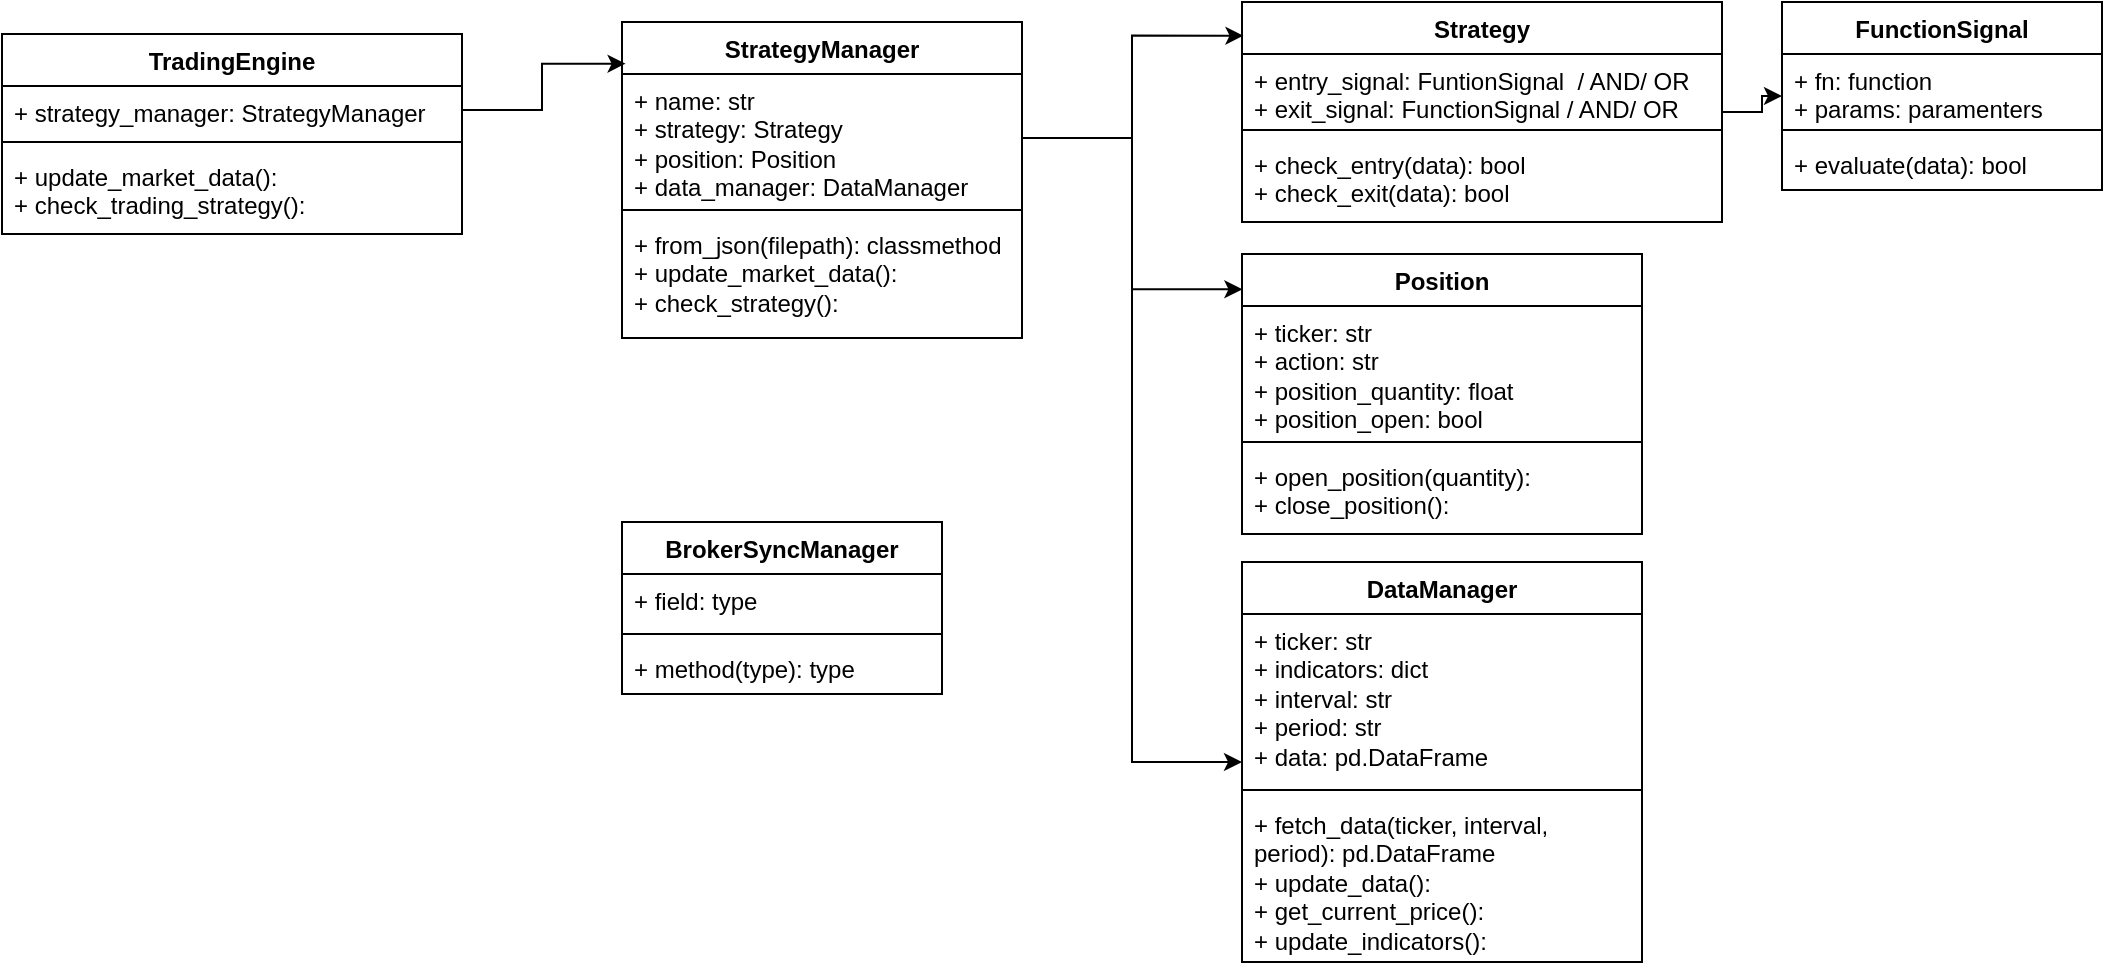
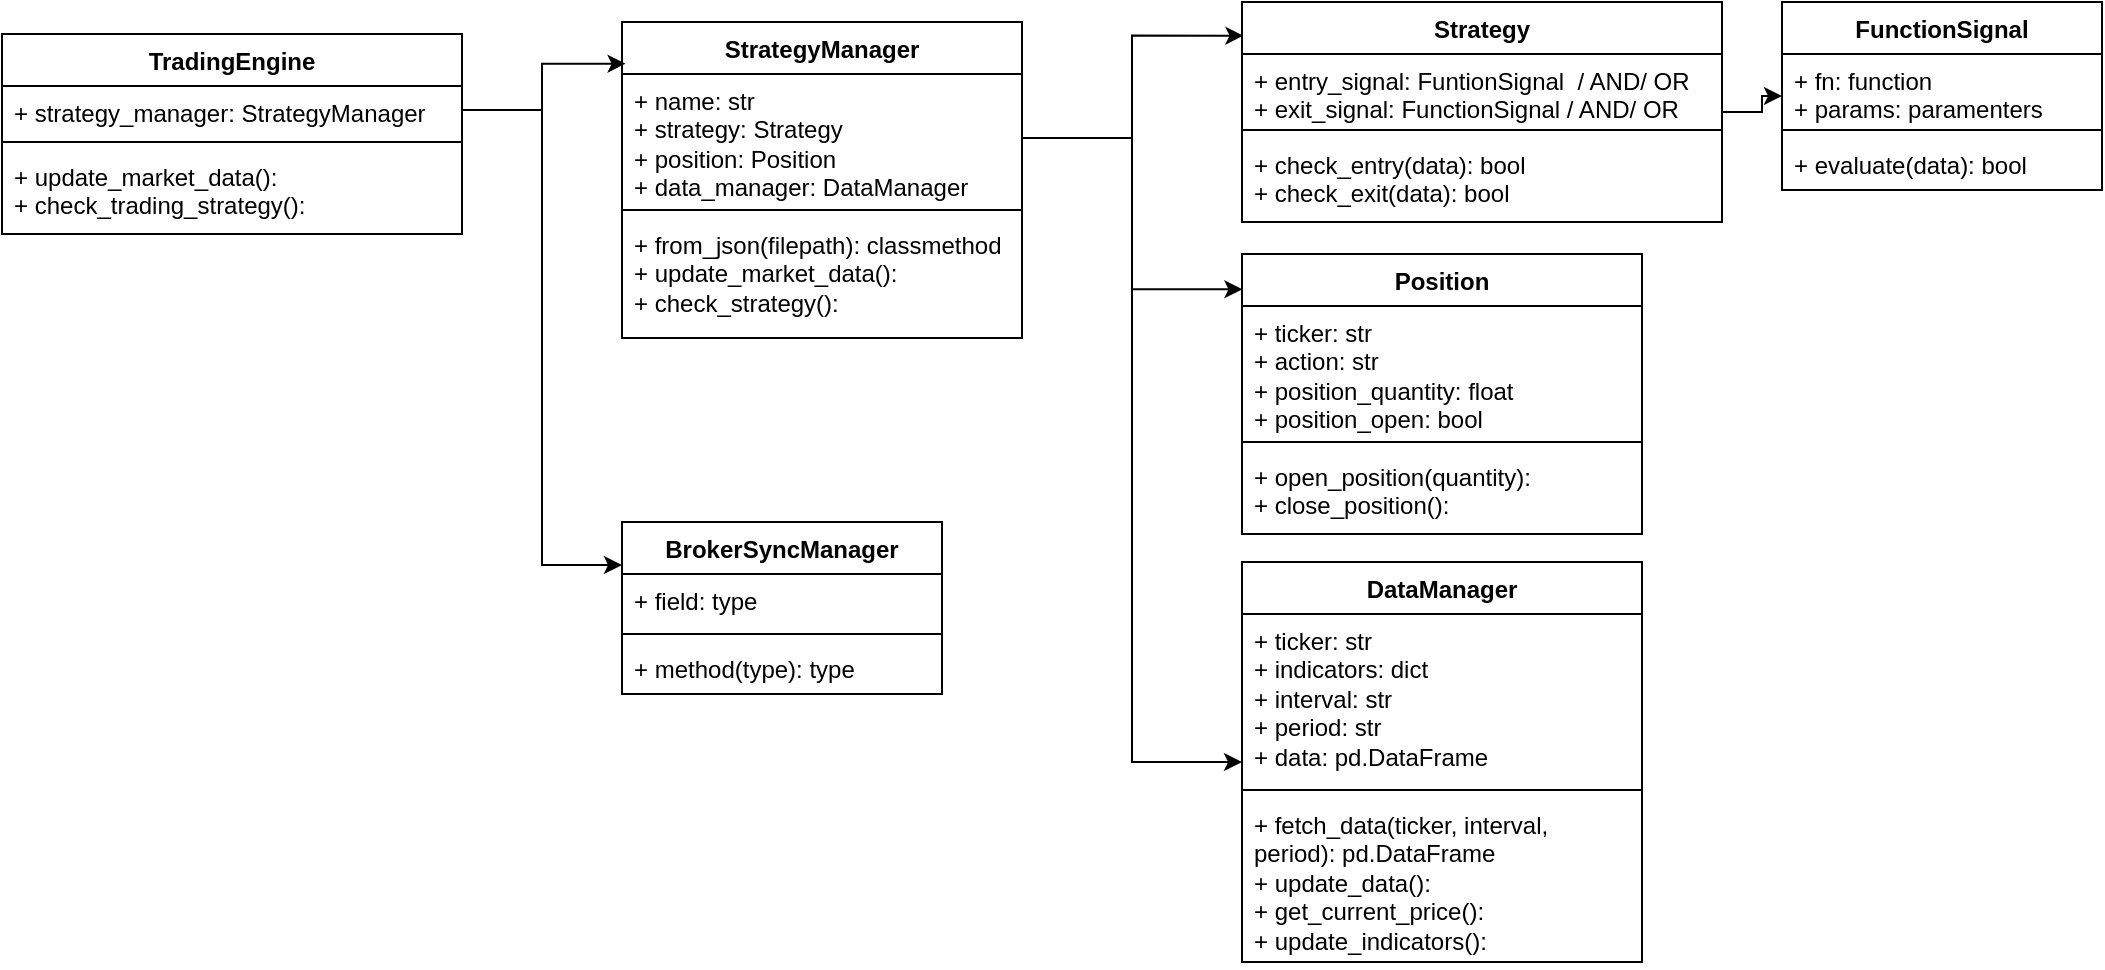
<mxfile host="app.diagrams.net" agent="Mozilla/5.0 (Windows NT 10.0; Win64; x64) AppleWebKit/537.36 (KHTML, like Gecko) Chrome/147.0.0.0 Safari/537.36" version="29.1.0">
  <diagram name="Page-1" id="d9Gi_nK8swuF2yyLu1y5">
-     <mxGraphModel dx="1220" dy="593" grid="1" gridSize="10" guides="1" tooltips="1" connect="1" arrows="1" fold="1" page="1" pageScale="1" pageWidth="1100" pageHeight="850" math="0" shadow="0">
+     <mxGraphModel dx="1423" dy="692" grid="1" gridSize="10" guides="1" tooltips="1" connect="1" arrows="1" fold="1" page="1" pageScale="1" pageWidth="1100" pageHeight="850" math="0" shadow="0">
      <root>
        <mxCell id="0" />
        <mxCell id="1" parent="0" />
        <mxCell id="9LzPSrfETKxxk9Kx-dF3-3" parent="1" style="swimlane;fontStyle=1;align=center;verticalAlign=top;childLayout=stackLayout;horizontal=1;startSize=26;horizontalStack=0;resizeParent=1;resizeParentMax=0;resizeLast=0;collapsible=1;marginBottom=0;whiteSpace=wrap;html=1;" value="StrategyManager&lt;div&gt;&lt;span style=&quot;white-space: pre;&quot;&gt;&#x9;&lt;/span&gt;&lt;br&gt;&lt;/div&gt;" vertex="1">
          <mxGeometry height="158" width="200" x="390" y="70" as="geometry">
            <mxRectangle height="40" width="130" x="160" y="50" as="alternateBounds" />
          </mxGeometry>
        </mxCell>
        <mxCell id="9LzPSrfETKxxk9Kx-dF3-4" parent="9LzPSrfETKxxk9Kx-dF3-3" style="text;strokeColor=none;fillColor=none;align=left;verticalAlign=top;spacingLeft=4;spacingRight=4;overflow=hidden;rotatable=0;points=[[0,0.5],[1,0.5]];portConstraint=eastwest;whiteSpace=wrap;html=1;" value="+ name: str&lt;div&gt;+ strategy: Strategy&lt;/div&gt;&lt;div&gt;+ position: Position&lt;/div&gt;&lt;div&gt;+ data_manager: DataManager&lt;/div&gt;&lt;div&gt;&lt;br&gt;&lt;/div&gt;" vertex="1">
          <mxGeometry height="64" width="200" y="26" as="geometry" />
        </mxCell>
        <mxCell id="9LzPSrfETKxxk9Kx-dF3-5" parent="9LzPSrfETKxxk9Kx-dF3-3" style="line;strokeWidth=1;fillColor=none;align=left;verticalAlign=middle;spacingTop=-1;spacingLeft=3;spacingRight=3;rotatable=0;labelPosition=right;points=[];portConstraint=eastwest;strokeColor=inherit;" value="" vertex="1">
          <mxGeometry height="8" width="200" y="90" as="geometry" />
        </mxCell>
        <mxCell id="9LzPSrfETKxxk9Kx-dF3-6" parent="9LzPSrfETKxxk9Kx-dF3-3" style="text;strokeColor=none;fillColor=none;align=left;verticalAlign=top;spacingLeft=4;spacingRight=4;overflow=hidden;rotatable=0;points=[[0,0.5],[1,0.5]];portConstraint=eastwest;whiteSpace=wrap;html=1;" value="&lt;div&gt;+ from_json(filepath): classmethod&lt;/div&gt;&lt;div&gt;+ update_market_data():&lt;/div&gt;&lt;div&gt;+ check_strategy():&lt;/div&gt;" vertex="1">
          <mxGeometry height="60" width="200" y="98" as="geometry" />
        </mxCell>
        <mxCell id="9LzPSrfETKxxk9Kx-dF3-26" edge="1" parent="1" source="9LzPSrfETKxxk9Kx-dF3-7" style="edgeStyle=orthogonalEdgeStyle;rounded=0;orthogonalLoop=1;jettySize=auto;html=1;entryX=0;entryY=0.5;entryDx=0;entryDy=0;" target="9LzPSrfETKxxk9Kx-dF3-22">
          <mxGeometry relative="1" as="geometry" />
        </mxCell>
        <mxCell id="9LzPSrfETKxxk9Kx-dF3-7" parent="1" style="swimlane;fontStyle=1;align=center;verticalAlign=top;childLayout=stackLayout;horizontal=1;startSize=26;horizontalStack=0;resizeParent=1;resizeParentMax=0;resizeLast=0;collapsible=1;marginBottom=0;whiteSpace=wrap;html=1;" value="&lt;div&gt;Strategy&lt;/div&gt;" vertex="1">
          <mxGeometry height="110" width="240" x="700" y="60" as="geometry" />
        </mxCell>
        <mxCell id="9LzPSrfETKxxk9Kx-dF3-8" parent="9LzPSrfETKxxk9Kx-dF3-7" style="text;strokeColor=none;fillColor=none;align=left;verticalAlign=top;spacingLeft=4;spacingRight=4;overflow=hidden;rotatable=0;points=[[0,0.5],[1,0.5]];portConstraint=eastwest;whiteSpace=wrap;html=1;" value="&lt;div&gt;+ entry_signal: FuntionSignal&amp;nbsp;&lt;span style=&quot;background-color: transparent; color: light-dark(rgb(0, 0, 0), rgb(255, 255, 255));&quot;&gt;&amp;nbsp;&lt;/span&gt;&lt;span style=&quot;background-color: transparent; color: light-dark(rgb(0, 0, 0), rgb(255, 255, 255));&quot;&gt;/ AND/ OR&lt;/span&gt;&lt;/div&gt;&lt;div&gt;+ exit_signal: FunctionSignal / AND/ OR&lt;/div&gt;&lt;div&gt;&lt;br&gt;&lt;/div&gt;" vertex="1">
          <mxGeometry height="34" width="240" y="26" as="geometry" />
        </mxCell>
        <mxCell id="9LzPSrfETKxxk9Kx-dF3-9" parent="9LzPSrfETKxxk9Kx-dF3-7" style="line;strokeWidth=1;fillColor=none;align=left;verticalAlign=middle;spacingTop=-1;spacingLeft=3;spacingRight=3;rotatable=0;labelPosition=right;points=[];portConstraint=eastwest;strokeColor=inherit;" value="" vertex="1">
          <mxGeometry height="8" width="240" y="60" as="geometry" />
        </mxCell>
        <mxCell id="9LzPSrfETKxxk9Kx-dF3-10" parent="9LzPSrfETKxxk9Kx-dF3-7" style="text;strokeColor=none;fillColor=none;align=left;verticalAlign=top;spacingLeft=4;spacingRight=4;overflow=hidden;rotatable=0;points=[[0,0.5],[1,0.5]];portConstraint=eastwest;whiteSpace=wrap;html=1;" value="&lt;div&gt;+ check_entry(data): bool&lt;/div&gt;&lt;div&gt;+ check_exit(data): bool&lt;/div&gt;" vertex="1">
          <mxGeometry height="42" width="240" y="68" as="geometry" />
        </mxCell>
        <mxCell id="9LzPSrfETKxxk9Kx-dF3-11" edge="1" parent="1" source="9LzPSrfETKxxk9Kx-dF3-4" style="edgeStyle=orthogonalEdgeStyle;rounded=0;orthogonalLoop=1;jettySize=auto;html=1;exitX=1;exitY=0.5;exitDx=0;exitDy=0;entryX=0.003;entryY=0.153;entryDx=0;entryDy=0;entryPerimeter=0;" target="9LzPSrfETKxxk9Kx-dF3-7">
          <mxGeometry relative="1" as="geometry" />
        </mxCell>
        <mxCell id="9LzPSrfETKxxk9Kx-dF3-12" parent="1" style="swimlane;fontStyle=1;align=center;verticalAlign=top;childLayout=stackLayout;horizontal=1;startSize=26;horizontalStack=0;resizeParent=1;resizeParentMax=0;resizeLast=0;collapsible=1;marginBottom=0;whiteSpace=wrap;html=1;" value="&lt;div&gt;Position&lt;/div&gt;" vertex="1">
          <mxGeometry height="140" width="200" x="700" y="186" as="geometry" />
        </mxCell>
        <mxCell id="9LzPSrfETKxxk9Kx-dF3-13" parent="9LzPSrfETKxxk9Kx-dF3-12" style="text;strokeColor=none;fillColor=none;align=left;verticalAlign=top;spacingLeft=4;spacingRight=4;overflow=hidden;rotatable=0;points=[[0,0.5],[1,0.5]];portConstraint=eastwest;whiteSpace=wrap;html=1;" value="&lt;div&gt;+ ticker: str&lt;/div&gt;&lt;div&gt;+ action: str&lt;/div&gt;&lt;div&gt;+ position_quantity: float&lt;/div&gt;&lt;div&gt;+ position_open: bool&lt;/div&gt;" vertex="1">
          <mxGeometry height="64" width="200" y="26" as="geometry" />
        </mxCell>
        <mxCell id="9LzPSrfETKxxk9Kx-dF3-14" parent="9LzPSrfETKxxk9Kx-dF3-12" style="line;strokeWidth=1;fillColor=none;align=left;verticalAlign=middle;spacingTop=-1;spacingLeft=3;spacingRight=3;rotatable=0;labelPosition=right;points=[];portConstraint=eastwest;strokeColor=inherit;" value="" vertex="1">
          <mxGeometry height="8" width="200" y="90" as="geometry" />
        </mxCell>
        <mxCell id="9LzPSrfETKxxk9Kx-dF3-15" parent="9LzPSrfETKxxk9Kx-dF3-12" style="text;strokeColor=none;fillColor=none;align=left;verticalAlign=top;spacingLeft=4;spacingRight=4;overflow=hidden;rotatable=0;points=[[0,0.5],[1,0.5]];portConstraint=eastwest;whiteSpace=wrap;html=1;" value="&lt;div&gt;+ open_position(quantity):&amp;nbsp;&lt;/div&gt;&lt;div&gt;+ close_position():&lt;/div&gt;" vertex="1">
          <mxGeometry height="42" width="200" y="98" as="geometry" />
        </mxCell>
        <mxCell id="9LzPSrfETKxxk9Kx-dF3-16" edge="1" parent="1" source="9LzPSrfETKxxk9Kx-dF3-4" style="edgeStyle=orthogonalEdgeStyle;rounded=0;orthogonalLoop=1;jettySize=auto;html=1;entryX=0.001;entryY=0.126;entryDx=0;entryDy=0;entryPerimeter=0;" target="9LzPSrfETKxxk9Kx-dF3-12">
          <mxGeometry relative="1" as="geometry" />
        </mxCell>
        <mxCell id="9LzPSrfETKxxk9Kx-dF3-17" parent="1" style="swimlane;fontStyle=1;align=center;verticalAlign=top;childLayout=stackLayout;horizontal=1;startSize=26;horizontalStack=0;resizeParent=1;resizeParentMax=0;resizeLast=0;collapsible=1;marginBottom=0;whiteSpace=wrap;html=1;" value="DataManager" vertex="1">
          <mxGeometry height="200" width="200" x="700" y="340" as="geometry">
            <mxRectangle height="30" width="110" x="700" y="340" as="alternateBounds" />
          </mxGeometry>
        </mxCell>
        <mxCell id="9LzPSrfETKxxk9Kx-dF3-18" parent="9LzPSrfETKxxk9Kx-dF3-17" style="text;strokeColor=none;fillColor=none;align=left;verticalAlign=top;spacingLeft=4;spacingRight=4;overflow=hidden;rotatable=0;points=[[0,0.5],[1,0.5]];portConstraint=eastwest;whiteSpace=wrap;html=1;" value="+ ticker: str&lt;div&gt;+ indicators: dict&lt;/div&gt;&lt;div&gt;+ interval: str&lt;/div&gt;&lt;div&gt;+ period: str&lt;/div&gt;&lt;div&gt;+ data: pd.DataFrame&lt;/div&gt;" vertex="1">
          <mxGeometry height="84" width="200" y="26" as="geometry" />
        </mxCell>
        <mxCell id="9LzPSrfETKxxk9Kx-dF3-19" parent="9LzPSrfETKxxk9Kx-dF3-17" style="line;strokeWidth=1;fillColor=none;align=left;verticalAlign=middle;spacingTop=-1;spacingLeft=3;spacingRight=3;rotatable=0;labelPosition=right;points=[];portConstraint=eastwest;strokeColor=inherit;" value="" vertex="1">
          <mxGeometry height="8" width="200" y="110" as="geometry" />
        </mxCell>
        <mxCell id="9LzPSrfETKxxk9Kx-dF3-20" parent="9LzPSrfETKxxk9Kx-dF3-17" style="text;strokeColor=none;fillColor=none;align=left;verticalAlign=top;spacingLeft=4;spacingRight=4;overflow=hidden;rotatable=0;points=[[0,0.5],[1,0.5]];portConstraint=eastwest;whiteSpace=wrap;html=1;" value="+ fetch_data(ticker, interval, period): pd.DataFrame&lt;div&gt;+ update_data():&lt;/div&gt;&lt;div&gt;+ get_current_price():&lt;/div&gt;&lt;div&gt;+ update_indicators():&lt;/div&gt;&lt;div&gt;&lt;div&gt;&lt;br&gt;&lt;/div&gt;&lt;/div&gt;" vertex="1">
          <mxGeometry height="82" width="200" y="118" as="geometry" />
        </mxCell>
        <mxCell id="9LzPSrfETKxxk9Kx-dF3-21" edge="1" parent="1" source="9LzPSrfETKxxk9Kx-dF3-4" style="edgeStyle=orthogonalEdgeStyle;rounded=0;orthogonalLoop=1;jettySize=auto;html=1;exitX=1;exitY=0.5;exitDx=0;exitDy=0;entryX=0;entryY=0.5;entryDx=0;entryDy=0;" target="9LzPSrfETKxxk9Kx-dF3-17">
          <mxGeometry relative="1" as="geometry" />
        </mxCell>
        <mxCell id="9LzPSrfETKxxk9Kx-dF3-22" parent="1" style="swimlane;fontStyle=1;align=center;verticalAlign=top;childLayout=stackLayout;horizontal=1;startSize=26;horizontalStack=0;resizeParent=1;resizeParentMax=0;resizeLast=0;collapsible=1;marginBottom=0;whiteSpace=wrap;html=1;" value="FunctionSignal" vertex="1">
          <mxGeometry height="94" width="160" x="970" y="60" as="geometry">
            <mxRectangle height="30" width="120" x="950" y="60" as="alternateBounds" />
          </mxGeometry>
        </mxCell>
        <mxCell id="9LzPSrfETKxxk9Kx-dF3-23" parent="9LzPSrfETKxxk9Kx-dF3-22" style="text;strokeColor=none;fillColor=none;align=left;verticalAlign=top;spacingLeft=4;spacingRight=4;overflow=hidden;rotatable=0;points=[[0,0.5],[1,0.5]];portConstraint=eastwest;whiteSpace=wrap;html=1;" value="+ fn: function&lt;div&gt;+ params: paramenters&lt;/div&gt;" vertex="1">
          <mxGeometry height="34" width="160" y="26" as="geometry" />
        </mxCell>
        <mxCell id="9LzPSrfETKxxk9Kx-dF3-24" parent="9LzPSrfETKxxk9Kx-dF3-22" style="line;strokeWidth=1;fillColor=none;align=left;verticalAlign=middle;spacingTop=-1;spacingLeft=3;spacingRight=3;rotatable=0;labelPosition=right;points=[];portConstraint=eastwest;strokeColor=inherit;" value="" vertex="1">
          <mxGeometry height="8" width="160" y="60" as="geometry" />
        </mxCell>
        <mxCell id="9LzPSrfETKxxk9Kx-dF3-25" parent="9LzPSrfETKxxk9Kx-dF3-22" style="text;strokeColor=none;fillColor=none;align=left;verticalAlign=top;spacingLeft=4;spacingRight=4;overflow=hidden;rotatable=0;points=[[0,0.5],[1,0.5]];portConstraint=eastwest;whiteSpace=wrap;html=1;" value="+ evaluate(data): bool" vertex="1">
          <mxGeometry height="26" width="160" y="68" as="geometry" />
        </mxCell>
        <mxCell id="9LzPSrfETKxxk9Kx-dF3-27" parent="1" style="swimlane;fontStyle=1;align=center;verticalAlign=top;childLayout=stackLayout;horizontal=1;startSize=26;horizontalStack=0;resizeParent=1;resizeParentMax=0;resizeLast=0;collapsible=1;marginBottom=0;whiteSpace=wrap;html=1;" value="TradingEngine&lt;div&gt;&lt;br&gt;&lt;/div&gt;" vertex="1">
          <mxGeometry height="100" width="230" x="80" y="76" as="geometry" />
        </mxCell>
        <mxCell id="9LzPSrfETKxxk9Kx-dF3-28" parent="9LzPSrfETKxxk9Kx-dF3-27" style="text;strokeColor=none;fillColor=none;align=left;verticalAlign=top;spacingLeft=4;spacingRight=4;overflow=hidden;rotatable=0;points=[[0,0.5],[1,0.5]];portConstraint=eastwest;whiteSpace=wrap;html=1;" value="+ strategy_manager: StrategyManager" vertex="1">
          <mxGeometry height="24" width="230" y="26" as="geometry" />
        </mxCell>
        <mxCell id="9LzPSrfETKxxk9Kx-dF3-29" parent="9LzPSrfETKxxk9Kx-dF3-27" style="line;strokeWidth=1;fillColor=none;align=left;verticalAlign=middle;spacingTop=-1;spacingLeft=3;spacingRight=3;rotatable=0;labelPosition=right;points=[];portConstraint=eastwest;strokeColor=inherit;" value="" vertex="1">
          <mxGeometry height="8" width="230" y="50" as="geometry" />
        </mxCell>
        <mxCell id="9LzPSrfETKxxk9Kx-dF3-30" parent="9LzPSrfETKxxk9Kx-dF3-27" style="text;strokeColor=none;fillColor=none;align=left;verticalAlign=top;spacingLeft=4;spacingRight=4;overflow=hidden;rotatable=0;points=[[0,0.5],[1,0.5]];portConstraint=eastwest;whiteSpace=wrap;html=1;" value="+ update_market_data():&lt;div&gt;+ check_trading_strategy():&lt;/div&gt;" vertex="1">
          <mxGeometry height="42" width="230" y="58" as="geometry" />
        </mxCell>
        <mxCell id="9LzPSrfETKxxk9Kx-dF3-31" edge="1" parent="1" source="9LzPSrfETKxxk9Kx-dF3-28" style="edgeStyle=orthogonalEdgeStyle;rounded=0;orthogonalLoop=1;jettySize=auto;html=1;exitX=1;exitY=0.5;exitDx=0;exitDy=0;entryX=0.009;entryY=0.132;entryDx=0;entryDy=0;entryPerimeter=0;" target="9LzPSrfETKxxk9Kx-dF3-3">
          <mxGeometry relative="1" as="geometry" />
        </mxCell>
        <mxCell id="9LzPSrfETKxxk9Kx-dF3-32" parent="1" style="swimlane;fontStyle=1;align=center;verticalAlign=top;childLayout=stackLayout;horizontal=1;startSize=26;horizontalStack=0;resizeParent=1;resizeParentMax=0;resizeLast=0;collapsible=1;marginBottom=0;whiteSpace=wrap;html=1;" value="BrokerSyncManager&lt;div&gt;&lt;br&gt;&lt;/div&gt;" vertex="1">
          <mxGeometry height="86" width="160" x="390" y="320" as="geometry" />
        </mxCell>
        <mxCell id="9LzPSrfETKxxk9Kx-dF3-33" parent="9LzPSrfETKxxk9Kx-dF3-32" style="text;strokeColor=none;fillColor=none;align=left;verticalAlign=top;spacingLeft=4;spacingRight=4;overflow=hidden;rotatable=0;points=[[0,0.5],[1,0.5]];portConstraint=eastwest;whiteSpace=wrap;html=1;" value="+ field: type" vertex="1">
          <mxGeometry height="26" width="160" y="26" as="geometry" />
        </mxCell>
        <mxCell id="9LzPSrfETKxxk9Kx-dF3-34" parent="9LzPSrfETKxxk9Kx-dF3-32" style="line;strokeWidth=1;fillColor=none;align=left;verticalAlign=middle;spacingTop=-1;spacingLeft=3;spacingRight=3;rotatable=0;labelPosition=right;points=[];portConstraint=eastwest;strokeColor=inherit;" value="" vertex="1">
          <mxGeometry height="8" width="160" y="52" as="geometry" />
        </mxCell>
        <mxCell id="9LzPSrfETKxxk9Kx-dF3-35" parent="9LzPSrfETKxxk9Kx-dF3-32" style="text;strokeColor=none;fillColor=none;align=left;verticalAlign=top;spacingLeft=4;spacingRight=4;overflow=hidden;rotatable=0;points=[[0,0.5],[1,0.5]];portConstraint=eastwest;whiteSpace=wrap;html=1;" value="+ method(type): type" vertex="1">
          <mxGeometry height="26" width="160" y="60" as="geometry" />
        </mxCell>
+         <mxCell id="9LzPSrfETKxxk9Kx-dF3-36" edge="1" parent="1" source="9LzPSrfETKxxk9Kx-dF3-28" style="edgeStyle=orthogonalEdgeStyle;rounded=0;orthogonalLoop=1;jettySize=auto;html=1;exitX=1;exitY=0.5;exitDx=0;exitDy=0;entryX=0;entryY=0.25;entryDx=0;entryDy=0;" target="9LzPSrfETKxxk9Kx-dF3-32">
+           <mxGeometry relative="1" as="geometry" />
+         </mxCell>
      </root>
    </mxGraphModel>
  </diagram>
</mxfile>
